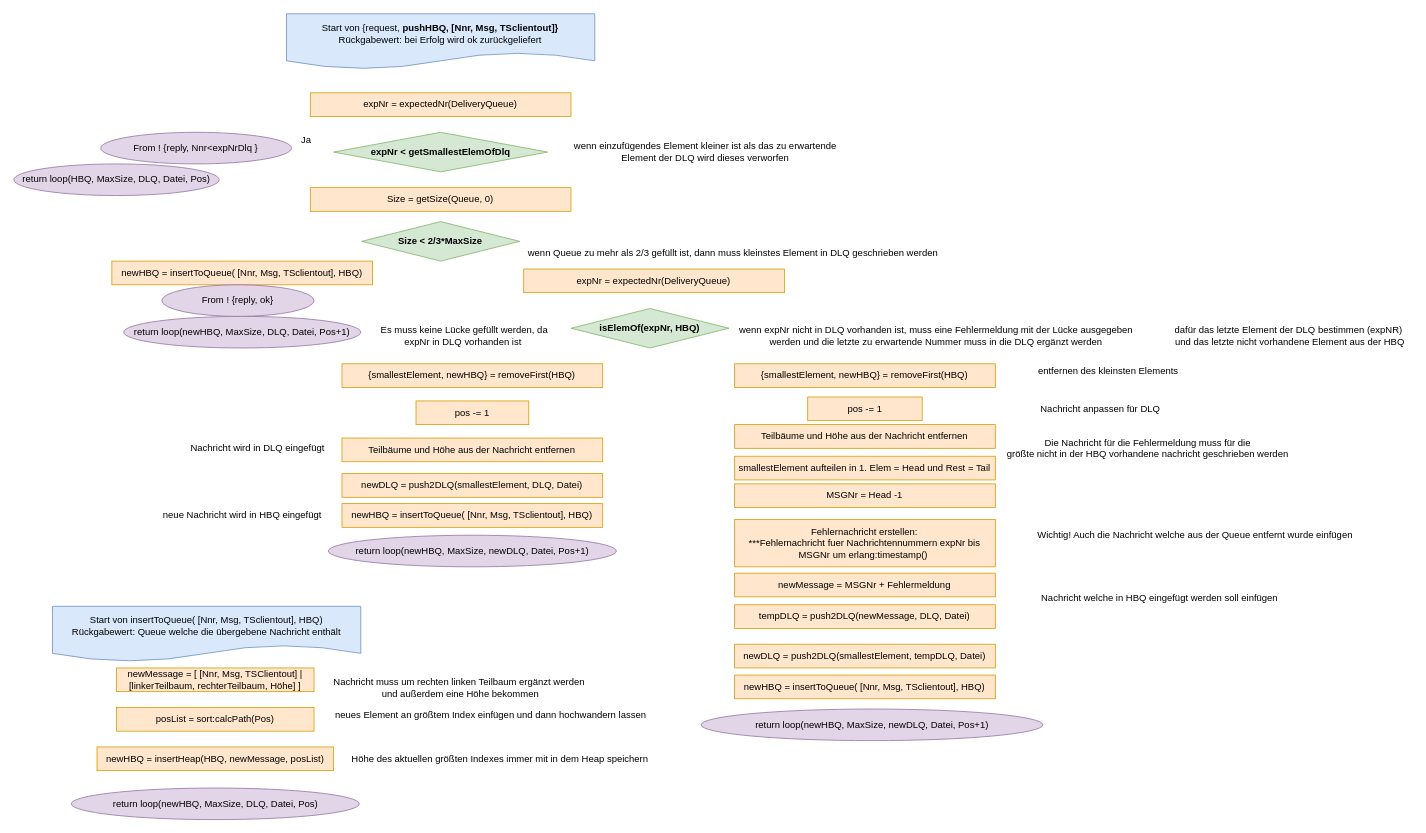
Earlier version of the draw.io diagram Grafiken:Bilder/draw.io/HBQ/2. pushHBQ.drawio (krisschaaf/Hausarbeit_Erlang_Queues). Source tidied: cells renumbered, new cells numbered last; positions are measured from the earlier drawing's top-left corner, leaving out a move shared by most shapes. Both pictures are drawn from the tidied source at 79%, with x=0, y=0 at pixel (13, 13).
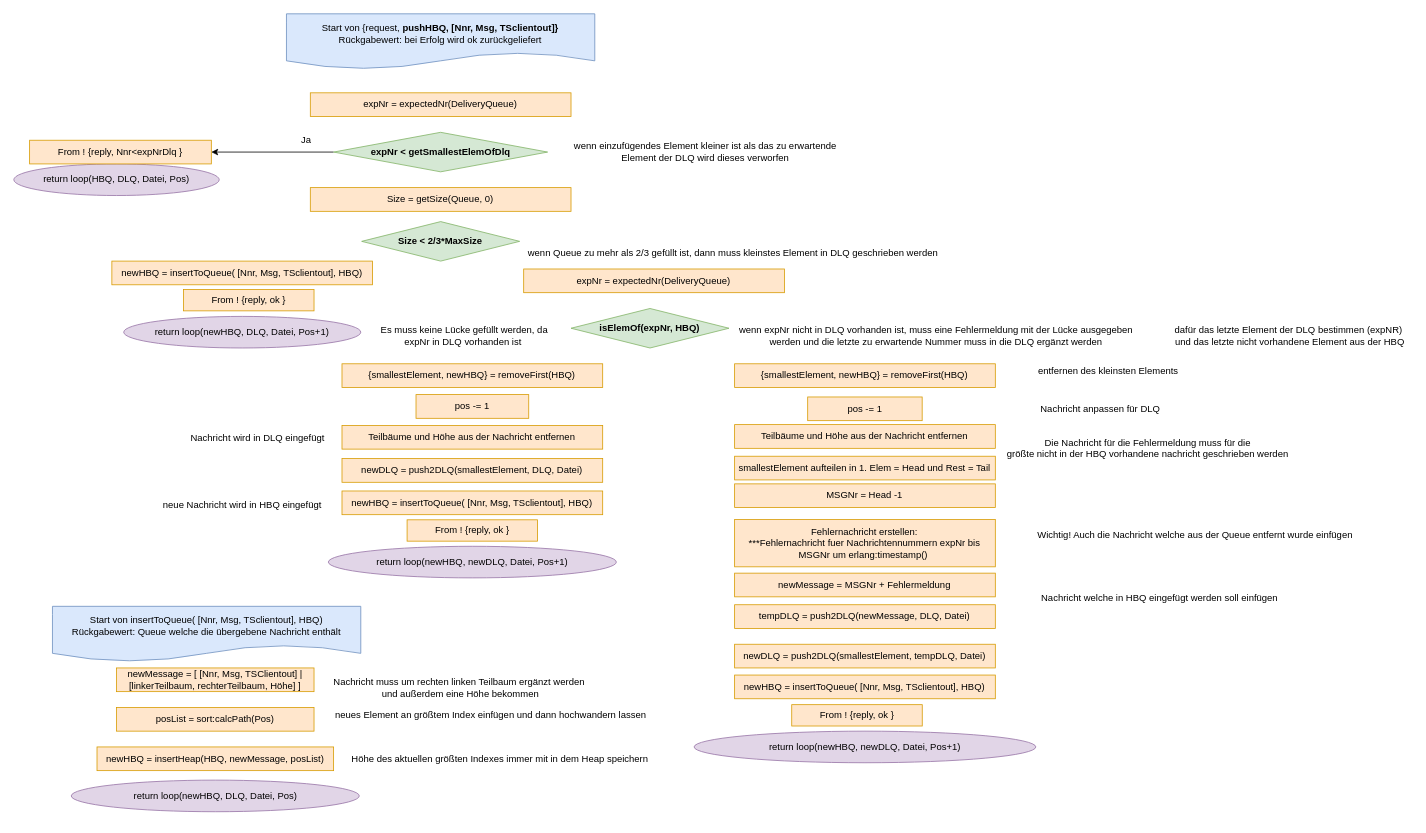
After the change.

Unchanged cells that the change refers to:
```xml
<mxCell id="21" value="expNr &amp;lt; getSmallestElemOfDlq" style="rhombus;whiteSpace=wrap;html=1;rounded=0;fillColor=#d5e8d4;strokeColor=#82b366;fontStyle=1;" parent="1" vertex="1">
  <mxGeometry x="404.8" y="150" width="270.9" height="50" as="geometry" />
</mxCell>
```

Change to the diagram source:
```diff
@@
-    <mxCell id="3" value="return loop(newHBQ, MaxSize, DLQ, Datei, Pos+1)" style="ellipse;whiteSpace=wrap;html=1;rounded=0;fillColor=#e1d5e7;strokeColor=#9673a6;" parent="1" vertex="1">
+    <mxCell id="3" value="return loop(newHBQ, DLQ, Datei, Pos+1)" style="ellipse;whiteSpace=wrap;html=1;rounded=0;fillColor=#e1d5e7;strokeColor=#9673a6;" parent="1" vertex="1">
       <mxGeometry x="139.1" y="383" width="300.1" height="40" as="geometry" />
     </mxCell>
@@
     <mxCell id="11" value="newDLQ = push2DLQ(smallestElement, DLQ, Datei)" style="rounded=0;whiteSpace=wrap;html=1;fillColor=#ffe6cc;strokeColor=#d79b00;" parent="1" vertex="1">
-      <mxGeometry x="415.4" y="582" width="330" height="30" as="geometry" />
+      <mxGeometry x="415.4" y="563" width="330" height="30" as="geometry" />
     </mxCell>
-    <mxCell id="12" value="return loop(newHBQ, MaxSize, newDLQ, Datei, Pos+1)" style="ellipse;whiteSpace=wrap;html=1;rounded=0;fillColor=#e1d5e7;strokeColor=#9673a6;" parent="1" vertex="1">
-      <mxGeometry x="398.1" y="660" width="364.6" height="40" as="geometry" />
+    <mxCell id="12" value="return loop(newHBQ, newDLQ, Datei, Pos+1)" style="ellipse;whiteSpace=wrap;html=1;rounded=0;fillColor=#e1d5e7;strokeColor=#9673a6;" parent="1" vertex="1">
+      <mxGeometry x="398.1" y="674" width="364.6" height="40" as="geometry" />
     </mxCell>
@@
-    <mxCell id="18" value="return loop(newHBQ, MaxSize, newDLQ, Datei, Pos+1)" style="ellipse;whiteSpace=wrap;html=1;rounded=0;fillColor=#e1d5e7;strokeColor=#9673a6;" parent="1" vertex="1">
-      <mxGeometry x="870" y="880" width="432.6" height="40" as="geometry" />
+    <mxCell id="18" value="return loop(newHBQ, newDLQ, Datei, Pos+1)" style="ellipse;whiteSpace=wrap;html=1;rounded=0;fillColor=#e1d5e7;strokeColor=#9673a6;" parent="1" vertex="1">
+      <mxGeometry x="861.1" y="908" width="432.6" height="40" as="geometry" />
     </mxCell>
@@
+    <mxCell id="52" style="edgeStyle=orthogonalEdgeStyle;rounded=0;jettySize=auto;html=1;exitX=0;exitY=0.5;exitDx=0;exitDy=0;entryX=1;entryY=0.5;entryDx=0;entryDy=0;" parent="1" edge="1" source="21" target="49">
+      <mxGeometry relative="1" as="geometry" />
+    </mxCell>
@@
-    <mxCell id="23" value="return loop(HBQ, MaxSize, DLQ, Datei, Pos)" style="ellipse;whiteSpace=wrap;html=1;rounded=0;fillColor=#e1d5e7;strokeColor=#9673a6;" parent="1" vertex="1">
+    <mxCell id="23" value="return loop(HBQ, DLQ, Datei, Pos)" style="ellipse;whiteSpace=wrap;html=1;rounded=0;fillColor=#e1d5e7;strokeColor=#9673a6;" parent="1" vertex="1">
       <mxGeometry y="190" width="260" height="40" as="geometry" />
     </mxCell>
@@
     <mxCell id="29" value="Nachricht wird in DLQ eingefügt&amp;nbsp;" style="text;html=1;align=center;verticalAlign=middle;strokeColor=none;fillColor=none;" parent="1" vertex="1">
-      <mxGeometry x="214.8" y="540" width="190" height="20" as="geometry" />
+      <mxGeometry x="214.8" y="527" width="190" height="20" as="geometry" />
     </mxCell>
     <mxCell id="30" value="Teilbäume und Höhe aus der Nachricht entfernen" style="rounded=0;whiteSpace=wrap;html=1;fillColor=#ffe6cc;strokeColor=#d79b00;" parent="1" vertex="1">
-      <mxGeometry x="415.4" y="537" width="330" height="30" as="geometry" />
+      <mxGeometry x="415.4" y="521" width="330" height="30" as="geometry" />
     </mxCell>
@@
     <mxCell id="42" value="pos -= 1" style="rounded=0;whiteSpace=wrap;html=1;fillColor=#ffe6cc;strokeColor=#d79b00;" parent="1" vertex="1">
-      <mxGeometry x="509.1" y="490" width="142.7" height="30" as="geometry" />
+      <mxGeometry x="509.1" y="482" width="142.7" height="30" as="geometry" />
     </mxCell>
     <mxCell id="43" value="newHBQ = insertToQueue( [Nnr, Msg, TSclientout], HBQ)" style="rounded=0;whiteSpace=wrap;html=1;fillColor=#ffe6cc;strokeColor=#d79b00;" parent="1" vertex="1">
-      <mxGeometry x="415.4" y="620" width="330" height="30" as="geometry" />
+      <mxGeometry x="415.4" y="604" width="330" height="30" as="geometry" />
     </mxCell>
     <mxCell id="44" value="neue Nachricht wird in HBQ eingefügt" style="text;html=1;align=center;verticalAlign=middle;strokeColor=none;fillColor=none;" parent="1" vertex="1">
-      <mxGeometry x="179.1" y="625" width="220" height="20" as="geometry" />
+      <mxGeometry x="179.1" y="612" width="220" height="20" as="geometry" />
     </mxCell>
@@
-    <mxCell id="48" value="return loop(newHBQ, MaxSize, DLQ, Datei, Pos)" style="ellipse;whiteSpace=wrap;html=1;rounded=0;fillColor=#e1d5e7;strokeColor=#9673a6;" parent="1" vertex="1">
-      <mxGeometry x="72.7" y="980" width="364.6" height="40" as="geometry" />
+    <mxCell id="48" value="return loop(newHBQ, DLQ, Datei, Pos)" style="ellipse;whiteSpace=wrap;html=1;rounded=0;fillColor=#e1d5e7;strokeColor=#9673a6;" parent="1" vertex="1">
+      <mxGeometry x="72.7" y="970" width="364.6" height="40" as="geometry" />
     </mxCell>
+    <mxCell id="51" value="smallestElement aufteilen in 1. Elem = Head und Rest = Tail" style="rounded=0;whiteSpace=wrap;html=1;fillColor=#ffe6cc;strokeColor=#d79b00;" parent="1" vertex="1">
+      <mxGeometry x="912.4" y="560" width="330" height="30" as="geometry" />
+    </mxCell>
-    <mxCell id="49" value="From ! {reply, Nnr&amp;lt;expNrDlq }" style="ellipse;whiteSpace=wrap;html=1;rounded=0;fillColor=#e1d5e7;strokeColor=#9673a6;" parent="1" vertex="1">
-      <mxGeometry x="110" y="150" width="241.4" height="40" as="geometry" />
+    <mxCell id="49" value="From ! {reply, Nnr&amp;lt;expNrDlq }" style="rounded=0;whiteSpace=wrap;html=1;fillColor=#ffe6cc;strokeColor=#d79b00;" parent="1" vertex="1">
+      <mxGeometry x="20" y="160" width="230" height="30" as="geometry" />
     </mxCell>
-    <mxCell id="50" value="From ! {reply, ok}" style="ellipse;whiteSpace=wrap;html=1;rounded=0;fillColor=#e1d5e7;strokeColor=#9673a6;" parent="1" vertex="1">
-      <mxGeometry x="187.3" y="343" width="192.7" height="40" as="geometry" />
-    </mxCell>
-    <mxCell id="51" value="smallestElement aufteilen in 1. Elem = Head und Rest = Tail" style="rounded=0;whiteSpace=wrap;html=1;fillColor=#ffe6cc;strokeColor=#d79b00;" parent="1" vertex="1">
-      <mxGeometry x="912.4" y="560" width="330" height="30" as="geometry" />
-    </mxCell>
+    <mxCell id="53" value="From ! {reply, ok }" style="rounded=0;whiteSpace=wrap;html=1;fillColor=#ffe6cc;strokeColor=#d79b00;" parent="1" vertex="1">
+      <mxGeometry x="214.8" y="349" width="165.2" height="27" as="geometry" />
+    </mxCell>
+    <mxCell id="54" value="From ! {reply, ok }" style="rounded=0;whiteSpace=wrap;html=1;fillColor=#ffe6cc;strokeColor=#d79b00;" parent="1" vertex="1">
+      <mxGeometry x="984.7" y="874.5" width="165.2" height="27" as="geometry" />
+    </mxCell>
+    <mxCell id="55" value="From ! {reply, ok }" style="rounded=0;whiteSpace=wrap;html=1;fillColor=#ffe6cc;strokeColor=#d79b00;" parent="1" vertex="1">
+      <mxGeometry x="497.8" y="640.5" width="165.2" height="27" as="geometry" />
+    </mxCell>
```
